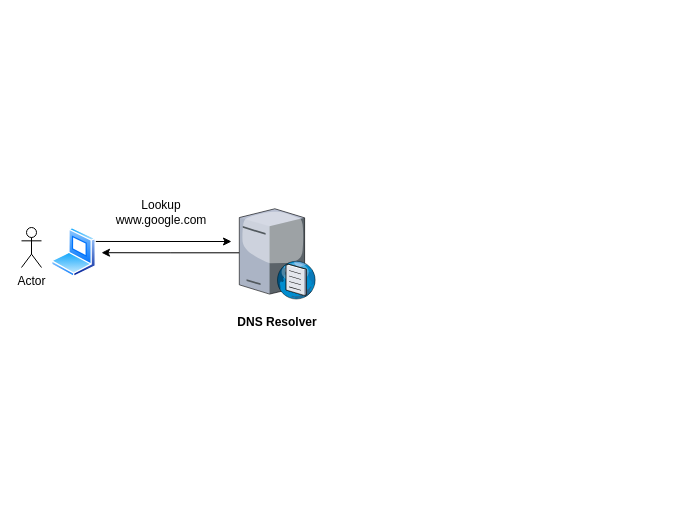
Earlier version of the draw.io diagram system-design-1.drawio (programmers-for-programmers/system-design-notes). Source tidied: cells renumbered, new cells numbered last; positions are measured from the earlier drawing's top-left corner, leaving out a move shared by most shapes. Both pictures are drawn from the tidied source at 100%, with x=0, y=0 at pixel (21, 197).
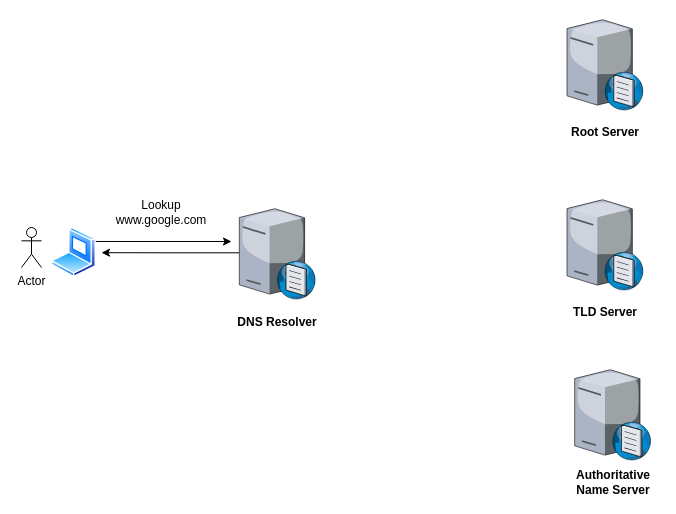
The same page after the edit.

Diff of the diagram source:
```diff
@@
 <mxGraphModel>
   <root>
     <mxCell id="0" />
     <mxCell id="1" parent="0" />
     <mxCell id="2" value="Actor" style="shape=umlActor;verticalLabelPosition=bottom;verticalAlign=top;html=1;" parent="1" vertex="1">
       <mxGeometry y="30" width="20" height="40" as="geometry" />
     </mxCell>
     <mxCell id="3" style="edgeStyle=orthogonalEdgeStyle;rounded=0;jettySize=auto;html=1;exitX=1;exitY=0.25;exitDx=0;exitDy=0;" parent="1" edge="1" source="4">
       <mxGeometry relative="1" as="geometry">
         <mxPoint x="210" y="44" as="targetPoint" />
       </mxGeometry>
     </mxCell>
     <mxCell id="4" style="image;perimeter=ellipsePerimeter;html=1;align=center;shadow=0;dashed=0;spacingTop=3;image=img/lib/active_directory/laptop_client.svg;" parent="1" vertex="1">
       <mxGeometry x="30" y="30" width="45" height="50" as="geometry" />
     </mxCell>
     <mxCell id="5" style="edgeStyle=orthogonalEdgeStyle;rounded=0;jettySize=auto;html=1;" parent="1" edge="1" source="6">
       <mxGeometry relative="1" as="geometry">
         <mxPoint x="80" y="55.2" as="targetPoint" />
       </mxGeometry>
     </mxCell>
     <mxCell id="6" style="verticalLabelPosition=bottom;sketch=0;html=1;verticalAlign=top;strokeColor=none;align=center;outlineConnect=0;shape=mxgraph.citrix.dns_server;" parent="1" vertex="1">
       <mxGeometry x="217.8" y="9" width="76.5" height="92.5" as="geometry" />
     </mxCell>
     <mxCell id="7" value="&lt;b&gt;DNS Resolver&lt;/b&gt;" style="text;html=1;whiteSpace=wrap;strokeColor=none;fillColor=none;align=center;verticalAlign=middle;rounded=0;" parent="1" vertex="1">
       <mxGeometry x="210" y="110" width="92" height="30" as="geometry" />
     </mxCell>
     <mxCell id="8" value="Lookup&lt;div&gt;www.google.com&lt;/div&gt;" style="text;html=1;whiteSpace=wrap;strokeColor=none;fillColor=none;align=center;verticalAlign=middle;rounded=0;" parent="1" vertex="1">
       <mxGeometry x="110" width="60" height="30" as="geometry" />
     </mxCell>
+    <mxCell id="9" style="verticalLabelPosition=bottom;sketch=0;html=1;verticalAlign=top;strokeColor=none;align=center;shape=mxgraph.citrix.dns_server;" parent="1" vertex="1">
+      <mxGeometry x="545.5" y="-180" width="76.5" height="92.5" as="geometry" />
+    </mxCell>
+    <mxCell id="10" value="&lt;b&gt;Root Server&lt;/b&gt;" style="text;html=1;whiteSpace=wrap;strokeColor=none;fillColor=none;align=center;verticalAlign=middle;rounded=0;" parent="1" vertex="1">
+      <mxGeometry x="537.8" y="-80" width="92" height="30" as="geometry" />
+    </mxCell>
+    <mxCell id="11" style="verticalLabelPosition=bottom;sketch=0;html=1;verticalAlign=top;strokeColor=none;align=center;shape=mxgraph.citrix.dns_server;" parent="1" vertex="1">
+      <mxGeometry x="545.5" width="76.5" height="92.5" as="geometry" />
+    </mxCell>
+    <mxCell id="12" value="&lt;b&gt;TLD Server&lt;/b&gt;" style="text;html=1;whiteSpace=wrap;strokeColor=none;fillColor=none;align=center;verticalAlign=middle;rounded=0;" parent="1" vertex="1">
+      <mxGeometry x="537.8" y="100" width="92" height="30" as="geometry" />
+    </mxCell>
+    <mxCell id="13" style="verticalLabelPosition=bottom;sketch=0;html=1;verticalAlign=top;strokeColor=none;align=center;shape=mxgraph.citrix.dns_server;" parent="1" vertex="1">
+      <mxGeometry x="553.2" y="170" width="76.5" height="92.5" as="geometry" />
+    </mxCell>
+    <mxCell id="14" value="&lt;b&gt;Authoritative Name Server&lt;/b&gt;" style="text;html=1;whiteSpace=wrap;strokeColor=none;fillColor=none;align=center;verticalAlign=middle;rounded=0;" parent="1" vertex="1">
+      <mxGeometry x="545.5" y="270" width="92" height="30" as="geometry" />
+    </mxCell>
   </root>
 </mxGraphModel>
```
